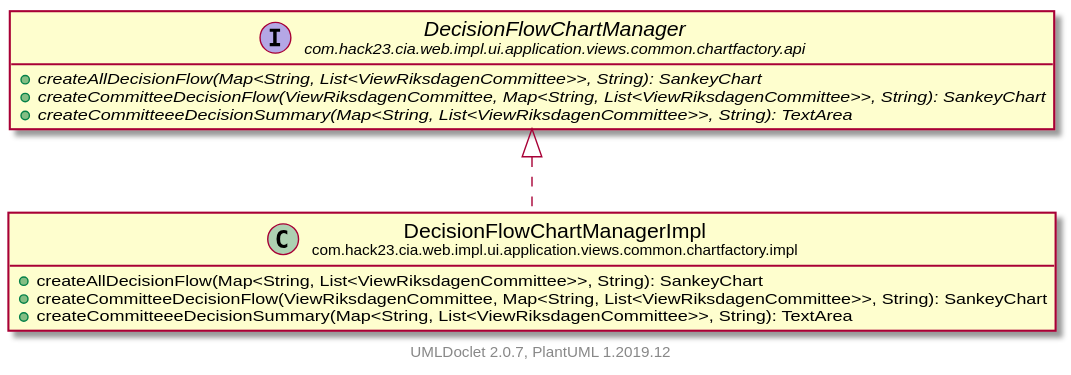
Before: testapidocs/com/hack23/cia/web/impl/ui/application/views/common/chartfactory/impl/DecisionFlowChartManagerImpl.svg, a diagram exported from PlantUML (Hack23/cia). The source it was exported from:
```plantuml
@startuml
    set namespaceSeparator none
    hide empty fields
    hide empty methods

    class "<size:14>DecisionFlowChartManagerImpl\n<size:10>com.hack23.cia.web.impl.ui.application.views.common.chartfactory.impl" as com.hack23.cia.web.impl.ui.application.views.common.chartfactory.impl.DecisionFlowChartManagerImpl [[DecisionFlowChartManagerImpl.html]] {
        +createAllDecisionFlow(Map<String, List<ViewRiksdagenCommittee>>, String): SankeyChart
        +createCommitteeDecisionFlow(ViewRiksdagenCommittee, Map<String, List<ViewRiksdagenCommittee>>, String): SankeyChart
        +createCommitteeeDecisionSummary(Map<String, List<ViewRiksdagenCommittee>>, String): TextArea
    }

    interface "<size:14>DecisionFlowChartManager\n<size:10>com.hack23.cia.web.impl.ui.application.views.common.chartfactory.api" as com.hack23.cia.web.impl.ui.application.views.common.chartfactory.api.DecisionFlowChartManager [[../api/DecisionFlowChartManager.html]] {
        {abstract} +createAllDecisionFlow(Map<String, List<ViewRiksdagenCommittee>>, String): SankeyChart
        {abstract} +createCommitteeDecisionFlow(ViewRiksdagenCommittee, Map<String, List<ViewRiksdagenCommittee>>, String): SankeyChart
        {abstract} +createCommitteeeDecisionSummary(Map<String, List<ViewRiksdagenCommittee>>, String): TextArea
    }

    com.hack23.cia.web.impl.ui.application.views.common.chartfactory.api.DecisionFlowChartManager <|.. com.hack23.cia.web.impl.ui.application.views.common.chartfactory.impl.DecisionFlowChartManagerImpl

    center footer UMLDoclet 2.0.7, PlantUML 1.2019.12
@enduml
```
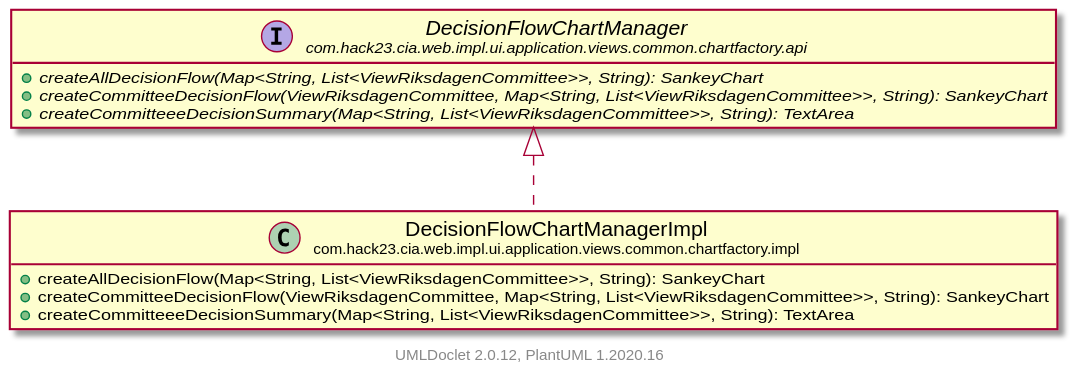
Later version of the same file.

Change to the diagram source:
```diff
@@ -17,5 +17,5 @@
 
     com.hack23.cia.web.impl.ui.application.views.common.chartfactory.api.DecisionFlowChartManager <|.. com.hack23.cia.web.impl.ui.application.views.common.chartfactory.impl.DecisionFlowChartManagerImpl
 
-    center footer UMLDoclet 2.0.7, PlantUML 1.2019.12
+    center footer UMLDoclet 2.0.12, PlantUML 1.2020.16
 @enduml
```
